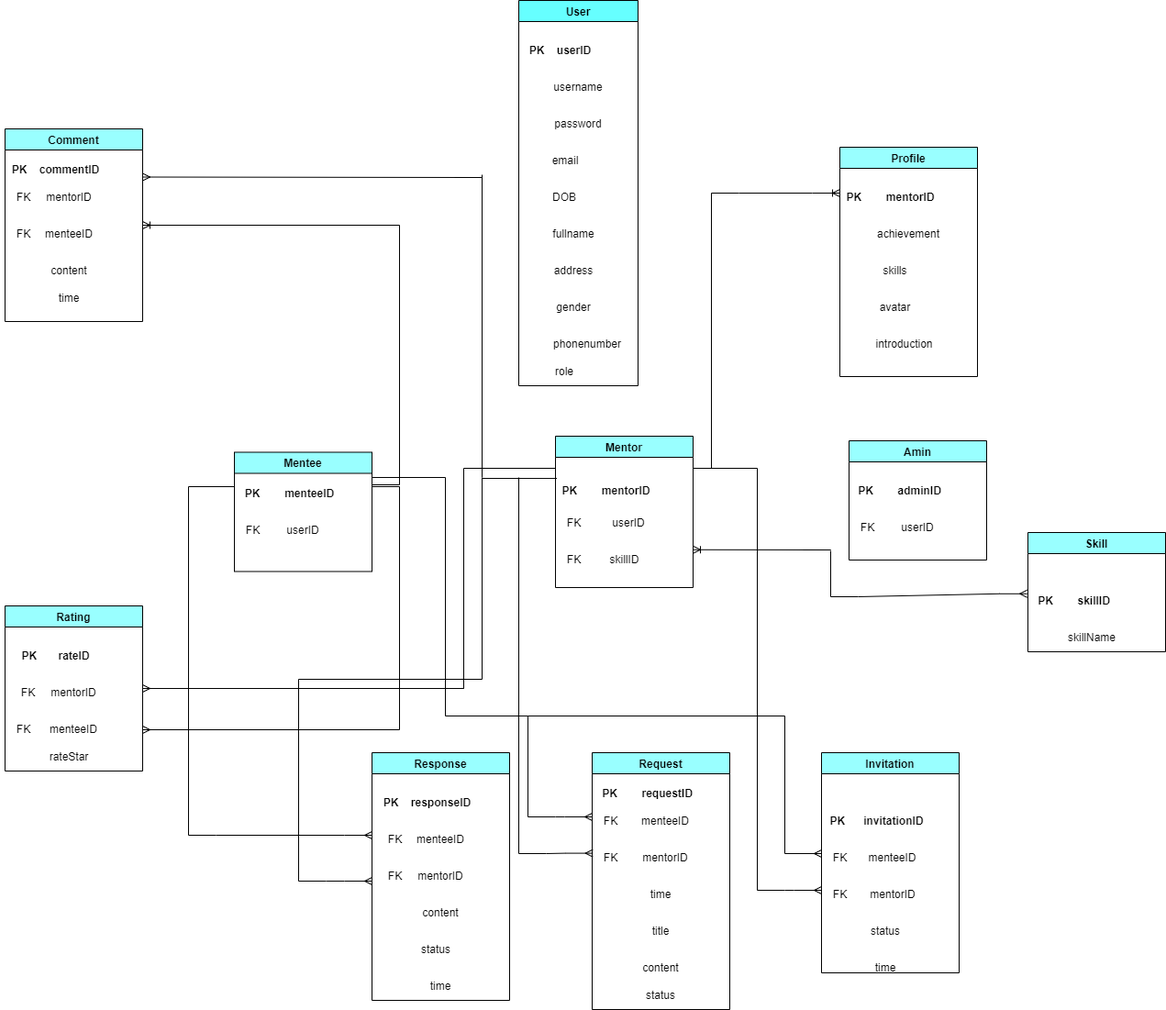
This is HappyProgramming_DB.drawio.png from dungdt23/SWP391_Document, a draw.io export, as it was before one commit. Source tidied: cells renumbered, new cells last; positions are measured from the earlier drawing's top-left corner, leaving out a move shared by most shapes.
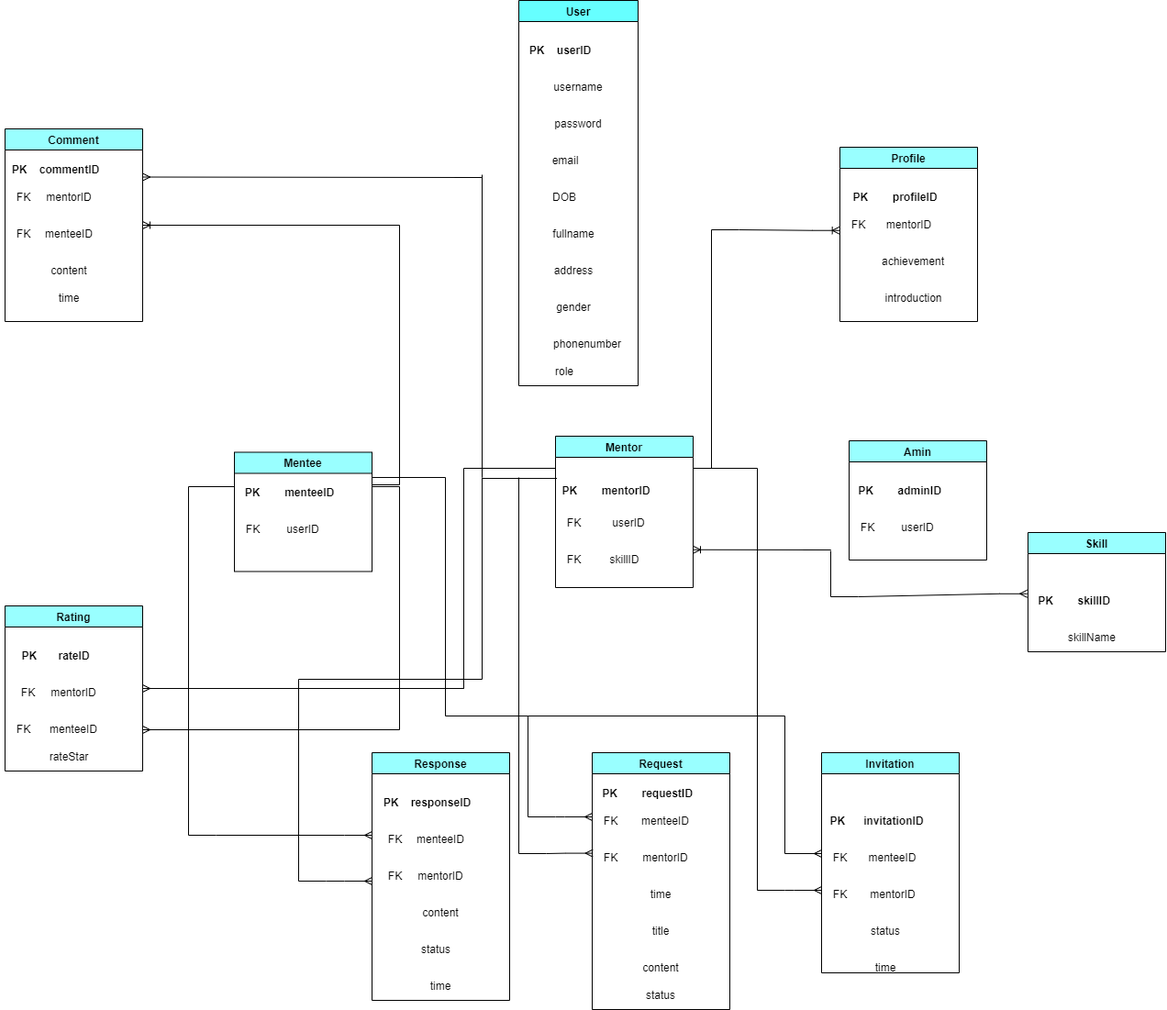
The same diagram one commit later.

What changed in the source:
```diff
@@ -213,23 +213,23 @@
       <mxGeometry x="40" y="170" width="60" height="30" as="geometry" />
     </mxCell>
     <mxCell id="72" value="Profile" style="swimlane;fillColor=#99FFFF;" parent="1" vertex="1">
-      <mxGeometry x="915" y="160" width="150" height="250" as="geometry" />
+      <mxGeometry x="915" y="160" width="150" height="190" as="geometry" />
     </mxCell>
-    <mxCell id="73" value="&lt;b&gt;PK&amp;nbsp;&amp;nbsp;&amp;nbsp;&amp;nbsp;&amp;nbsp;&amp;nbsp;&amp;nbsp; mentorID&lt;/b&gt;" style="text;html=1;align=center;verticalAlign=middle;points=[];strokeColor=none;fillColor=none;" parent="72" vertex="1">
-      <mxGeometry x="-5" y="40" width="120" height="30" as="geometry" />
+    <mxCell id="73" value="&lt;b&gt;PK&amp;nbsp; &amp;nbsp; &amp;nbsp; &amp;nbsp; profileID&lt;/b&gt;" style="text;html=1;align=center;verticalAlign=middle;points=[];strokeColor=none;fillColor=none;" parent="72" vertex="1">
+      <mxGeometry y="40" width="120" height="30" as="geometry" />
     </mxCell>
     <mxCell id="74" value="achievement" style="text;html=1;strokeColor=none;fillColor=none;align=center;verticalAlign=middle;whiteSpace=wrap;rounded=0;" parent="72" vertex="1">
-      <mxGeometry x="45" y="80" width="60" height="30" as="geometry" />
+      <mxGeometry x="50" y="110" width="60" height="30" as="geometry" />
     </mxCell>
-    <mxCell id="75" value="skills" style="text;html=1;align=center;verticalAlign=middle;strokeColor=none;fillColor=none;" parent="72" vertex="1">
-      <mxGeometry x="35" y="120" width="50" height="30" as="geometry" />
-    </mxCell>
-    <mxCell id="76" value="avatar" style="text;html=1;align=center;verticalAlign=middle;strokeColor=none;fillColor=none;" parent="72" vertex="1">
-      <mxGeometry x="30" y="160" width="60" height="30" as="geometry" />
-    </mxCell>
     <mxCell id="77" value="introduction" style="text;html=1;align=center;verticalAlign=middle;strokeColor=none;fillColor=none;" parent="72" vertex="1">
-      <mxGeometry x="25" y="200" width="90" height="30" as="geometry" />
+      <mxGeometry x="35" y="150" width="90" height="30" as="geometry" />
     </mxCell>
+    <mxCell id="111" value="mentorID" style="text;html=1;align=center;verticalAlign=middle;strokeColor=none;fillColor=none;" parent="72" vertex="1">
+      <mxGeometry x="40" y="70" width="70" height="30" as="geometry" />
+    </mxCell>
+    <mxCell id="112" value="FK" style="text;html=1;align=center;verticalAlign=middle;points=[];strokeColor=none;fillColor=none;" parent="72" vertex="1">
+      <mxGeometry y="70" width="40" height="30" as="geometry" />
+    </mxCell>
     <mxCell id="78" style="edgeStyle=entityRelationEdgeStyle;fontSize=12;html=1;endArrow=ERoneToMany;rounded=0;entryX=1;entryY=0.5;entryDx=0;entryDy=0;" parent="1" edge="1" target="64">
       <mxGeometry relative="1" as="geometry">
         <mxPoint x="405" y="528" as="sourcePoint" />
@@ -410,12 +410,12 @@
     <mxCell id="109" style="endArrow=none;html=1;rounded=0;" parent="1" edge="1">
       <mxGeometry relative="1" as="geometry">
         <mxPoint x="775" y="510" as="sourcePoint" />
-        <mxPoint x="775" y="210" as="targetPoint" />
+        <mxPoint x="775" y="250" as="targetPoint" />
       </mxGeometry>
     </mxCell>
-    <mxCell id="110" style="edgeStyle=entityRelationEdgeStyle;fontSize=12;html=1;endArrow=ERoneToMany;rounded=0;entryX=0.042;entryY=0.333;entryDx=0;entryDy=0;entryPerimeter=0;" parent="1" edge="1" target="73">
+    <mxCell id="110" style="edgeStyle=entityRelationEdgeStyle;fontSize=12;html=1;endArrow=ERoneToMany;rounded=0;entryX=-0.008;entryY=0.691;entryDx=0;entryDy=0;entryPerimeter=0;" parent="1" edge="1" target="112">
       <mxGeometry relative="1" as="geometry">
-        <mxPoint x="775" y="210" as="sourcePoint" />
+        <mxPoint x="775" y="250" as="sourcePoint" />
       </mxGeometry>
     </mxCell>
   </root>
```
